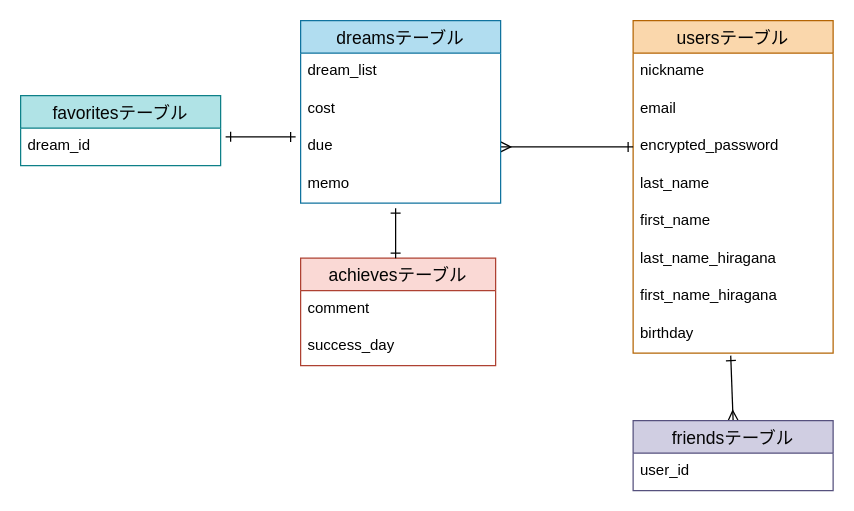
The draw.io diagram original-app.dio in Shibasaki-Suzuka/original-app, before the edit. Source tidied: cells renumbered, new cells numbered last; positions are measured from the earlier drawing's top-left corner, leaving out a move shared by most shapes. Both pictures are drawn from the tidied source at 125%, with x=0, y=0 at pixel (20, 20).
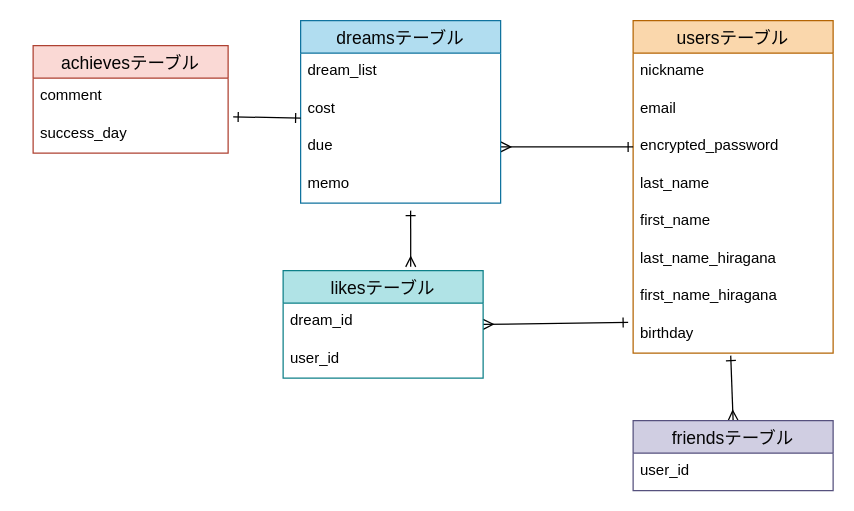
Above is the later version.

The change refers to these unchanged cells:
```xml
<mxCell id="10" value="birthday" style="text;strokeColor=none;fillColor=none;spacingLeft=4;spacingRight=4;overflow=hidden;points=[[0,0.5],[1,0.5]];portConstraint=eastwest;fontSize=12;" parent="2" vertex="1">
  <mxGeometry y="236" width="160" height="30" as="geometry" />
</mxCell>
<mxCell id="15" value="due" style="text;strokeColor=none;fillColor=none;spacingLeft=4;spacingRight=4;overflow=hidden;points=[[0,0.5],[1,0.5]];portConstraint=eastwest;fontSize=12;" parent="12" vertex="1">
  <mxGeometry y="86" width="160" height="30" as="geometry" />
</mxCell>
<mxCell id="16" value="memo" style="text;strokeColor=none;fillColor=none;spacingLeft=4;spacingRight=4;overflow=hidden;points=[[0,0.5],[1,0.5]];portConstraint=eastwest;fontSize=12;" parent="12" vertex="1">
  <mxGeometry y="116" width="160" height="30" as="geometry" />
</mxCell>
<mxCell id="22" value="dream_id" style="text;strokeColor=none;fillColor=none;spacingLeft=4;spacingRight=4;overflow=hidden;points=[[0,0.5],[1,0.5]];portConstraint=eastwest;fontSize=12;" parent="21" vertex="1">
  <mxGeometry y="26" width="160" height="30" as="geometry" />
</mxCell>
<mxCell id="25" value="success_day" style="text;strokeColor=none;fillColor=none;spacingLeft=4;spacingRight=4;overflow=hidden;points=[[0,0.5],[1,0.5]];portConstraint=eastwest;fontSize=12;" parent="23" vertex="1">
  <mxGeometry y="56" width="156" height="30" as="geometry" />
</mxCell>
```

Diff of the diagram source:
```diff
@@
-    <mxCell id="20" style="edgeStyle=none;html=1;exitX=1.025;exitY=0.233;exitDx=0;exitDy=0;startArrow=ERone;startFill=0;endArrow=ERone;endFill=0;exitPerimeter=0;" parent="1" edge="1" source="22">
-      <mxGeometry relative="1" as="geometry">
-        <mxPoint x="220" y="93" as="targetPoint" />
-      </mxGeometry>
+    <mxCell id="20" style="edgeStyle=none;html=1;exitX=0.638;exitY=-0.035;exitDx=0;exitDy=0;startArrow=ERmany;startFill=0;endArrow=ERone;endFill=0;exitPerimeter=0;entryX=0.55;entryY=1.2;entryDx=0;entryDy=0;entryPerimeter=0;" parent="1" edge="1" source="21" target="16">
+      <mxGeometry relative="1" as="geometry" />
     </mxCell>
+    <mxCell id="27" style="edgeStyle=none;html=1;exitX=1;exitY=0.5;exitDx=0;exitDy=0;entryX=-0.025;entryY=0.183;entryDx=0;entryDy=0;entryPerimeter=0;startArrow=ERmany;startFill=0;endArrow=ERone;endFill=0;" parent="1" edge="1" source="21" target="10">
+      <mxGeometry relative="1" as="geometry" />
+    </mxCell>
-    <mxCell id="21" value="favoritesテーブル" style="swimlane;fontStyle=0;horizontal=1;startSize=26;align=center;fontSize=14;fillColor=#b0e3e6;strokeColor=#0e8088;fontColor=#050505;" parent="1" vertex="1">
-      <mxGeometry y="60" width="160" height="56" as="geometry" />
+    <mxCell id="21" value="likesテーブル" style="swimlane;fontStyle=0;horizontal=1;startSize=26;align=center;fontSize=14;fillColor=#b0e3e6;strokeColor=#0e8088;fontColor=#050505;" parent="1" vertex="1">
+      <mxGeometry x="210" y="200" width="160" height="86" as="geometry" />
     </mxCell>
@@
+    <mxCell id="28" value="user_id" style="text;strokeColor=none;fillColor=none;spacingLeft=4;spacingRight=4;overflow=hidden;fontSize=12;" parent="21" vertex="1">
+      <mxGeometry y="56" width="160" height="30" as="geometry" />
+    </mxCell>
     <mxCell id="23" value="achievesテーブル" style="swimlane;fontStyle=0;horizontal=1;startSize=26;align=center;fontSize=14;fillColor=#fad9d5;strokeColor=#ae4132;fontColor=#030303;" parent="1" vertex="1">
-      <mxGeometry x="224" y="190" width="156" height="86" as="geometry" />
+      <mxGeometry x="10" y="20" width="156" height="86" as="geometry" />
     </mxCell>
@@
-    <mxCell id="26" style="edgeStyle=none;html=1;startArrow=ERone;startFill=0;endArrow=ERone;endFill=0;" parent="1" edge="1">
-      <mxGeometry relative="1" as="geometry">
-        <mxPoint x="300" y="190" as="sourcePoint" />
-        <mxPoint x="300" y="150" as="targetPoint" />
-      </mxGeometry>
+    <mxCell id="26" style="edgeStyle=none;html=1;startArrow=ERone;startFill=0;endArrow=ERone;endFill=0;entryX=1.026;entryY=0.033;entryDx=0;entryDy=0;entryPerimeter=0;exitX=0;exitY=-0.267;exitDx=0;exitDy=0;exitPerimeter=0;" parent="1" edge="1" source="15" target="25">
+      <mxGeometry relative="1" as="geometry" />
     </mxCell>
```
